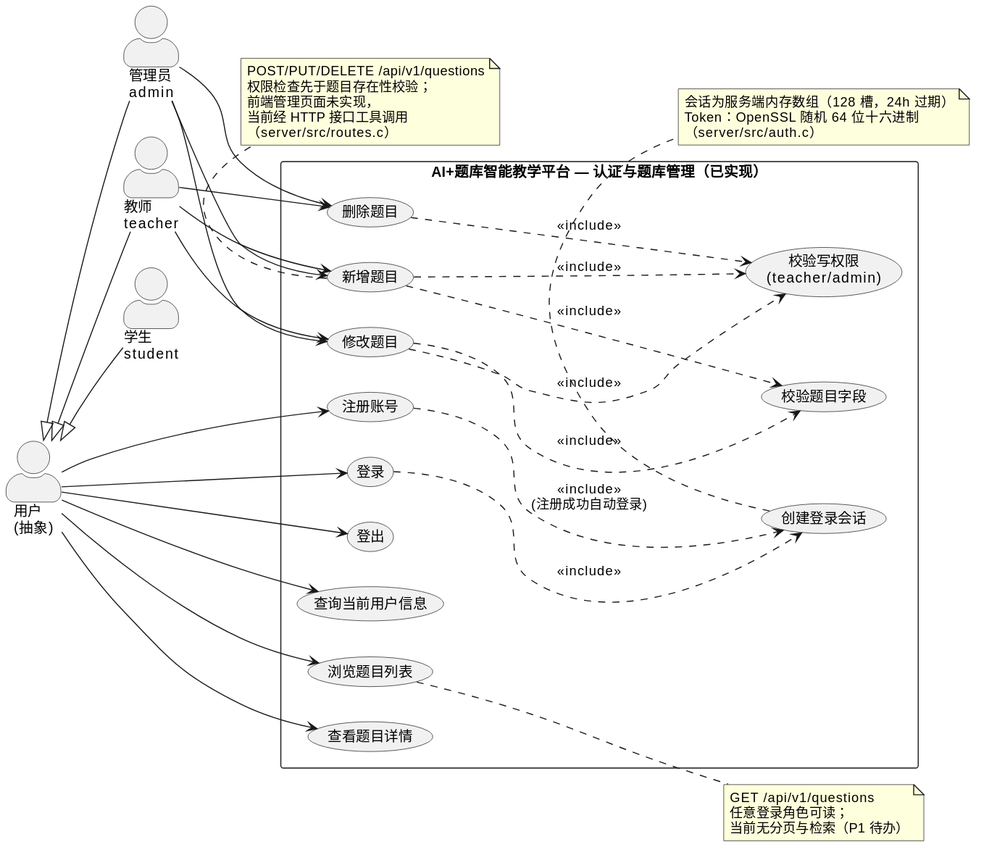
Before: OOA_OOD/diagrams/usecase/uc1_auth_question.svg, a diagram exported from PlantUML (Araaaagorn/ai-question-bank). The source it was exported from:
```plantuml
@startuml
left to right direction
skinparam shadowing false
skinparam actorStyle awesome
skinparam packageStyle rectangle

actor "用户\n(抽象)" as User
actor "管理员\nadmin" as Admin
actor "教师\nteacher" as Teacher
actor "学生\nstudent" as Student

Admin -up-|> User
Teacher -up-|> User
Student -up-|> User

rectangle "AI+题库智能教学平台 — 认证与题库管理（已实现）" {
  usecase "注册账号" as UCReg
  usecase "登录" as UCLogin
  usecase "登出" as UCLogout
  usecase "查询当前用户信息" as UCMe
  usecase "创建登录会话" as UCSess
  usecase "浏览题目列表" as UCList
  usecase "查看题目详情" as UCDetail
  usecase "新增题目" as UCCreate
  usecase "修改题目" as UCUpdate
  usecase "删除题目" as UCDelete
  usecase "校验写权限\n(teacher/admin)" as UCPerm
  usecase "校验题目字段" as UCValid
}

User --> UCReg
User --> UCLogin
User --> UCLogout
User --> UCMe
User --> UCList
User --> UCDetail

Teacher --> UCCreate
Teacher --> UCUpdate
Teacher --> UCDelete
Admin --> UCCreate
Admin --> UCUpdate
Admin --> UCDelete

UCReg ..> UCSess : <<include>>\n(注册成功自动登录)
UCLogin ..> UCSess : <<include>>
UCCreate ..> UCPerm : <<include>>
UCUpdate ..> UCPerm : <<include>>
UCDelete ..> UCPerm : <<include>>
UCCreate ..> UCValid : <<include>>
UCUpdate ..> UCValid : <<include>>

note right of UCList
  GET /api/v1/questions
  任意登录角色可读；
  当前无分页与检索（P1 待办）
end note

note bottom of UCCreate
  POST/PUT/DELETE /api/v1/questions
  权限检查先于题目存在性校验；
  前端管理页面未实现，
  当前经 HTTP 接口工具调用
  （server/src/routes.c）
end note

note bottom of UCSess
  会话为服务端内存数组（128 槽，24h 过期）
  Token：OpenSSL 随机 64 位十六进制
  （server/src/auth.c）
end note
@enduml
```
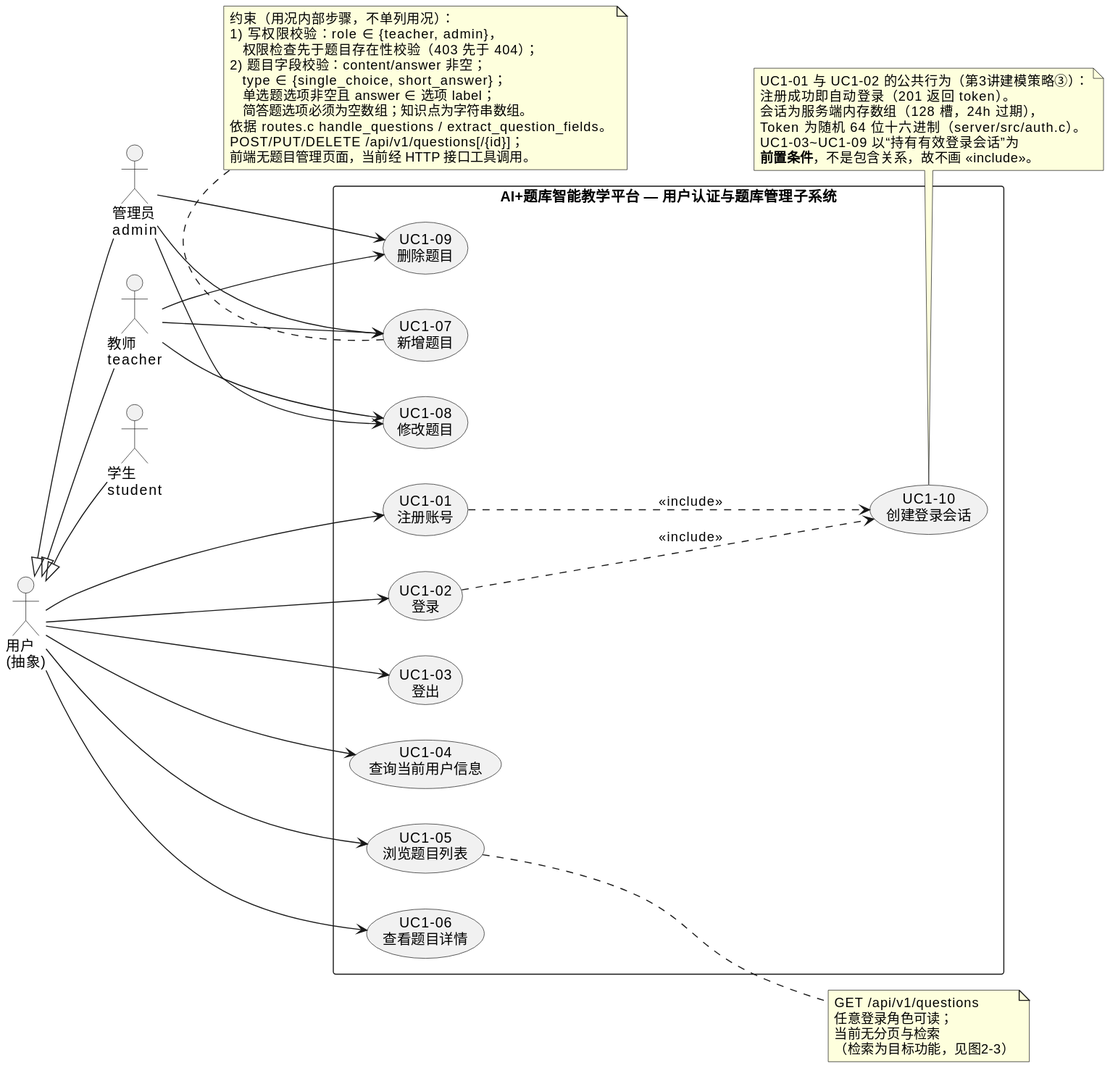
Above is the later version.

Diff of the diagram source:
```diff
@@ -1,7 +1,6 @@
 @startuml
 left to right direction
 skinparam shadowing false
-skinparam actorStyle awesome
 skinparam packageStyle rectangle
 
 actor "用户\n(抽象)" as User
@@ -13,19 +12,17 @@
 Teacher -up-|> User
 Student -up-|> User
 
-rectangle "AI+题库智能教学平台 — 认证与题库管理（已实现）" {
-  usecase "注册账号" as UCReg
-  usecase "登录" as UCLogin
-  usecase "登出" as UCLogout
-  usecase "查询当前用户信息" as UCMe
-  usecase "创建登录会话" as UCSess
-  usecase "浏览题目列表" as UCList
-  usecase "查看题目详情" as UCDetail
-  usecase "新增题目" as UCCreate
-  usecase "修改题目" as UCUpdate
-  usecase "删除题目" as UCDelete
-  usecase "校验写权限\n(teacher/admin)" as UCPerm
-  usecase "校验题目字段" as UCValid
+rectangle "AI+题库智能教学平台 — 用户认证与题库管理子系统" {
+  usecase "UC1-01\n注册账号" as UCReg
+  usecase "UC1-02\n登录" as UCLogin
+  usecase "UC1-03\n登出" as UCLogout
+  usecase "UC1-04\n查询当前用户信息" as UCMe
+  usecase "UC1-05\n浏览题目列表" as UCList
+  usecase "UC1-06\n查看题目详情" as UCDetail
+  usecase "UC1-07\n新增题目" as UCCreate
+  usecase "UC1-08\n修改题目" as UCUpdate
+  usecase "UC1-09\n删除题目" as UCDelete
+  usecase "UC1-10\n创建登录会话" as UCSess
 }
 
 User --> UCReg
@@ -42,31 +39,35 @@
 Admin --> UCUpdate
 Admin --> UCDelete
 
-UCReg ..> UCSess : <<include>>\n(注册成功自动登录)
+UCReg ..> UCSess : <<include>>
 UCLogin ..> UCSess : <<include>>
-UCCreate ..> UCPerm : <<include>>
-UCUpdate ..> UCPerm : <<include>>
-UCDelete ..> UCPerm : <<include>>
-UCCreate ..> UCValid : <<include>>
-UCUpdate ..> UCValid : <<include>>
+
+note bottom of UCSess
+  UC1-01 与 UC1-02 的公共行为（第3讲建模策略③）：
+  注册成功即自动登录（201 返回 token）。
+  会话为服务端内存数组（128 槽，24h 过期），
+  Token 为随机 64 位十六进制（server/src/auth.c）。
+  UC1-03~UC1-09 以“持有有效登录会话”为
+  **前置条件**，不是包含关系，故不画 «include»。
+end note
 
 note right of UCList
   GET /api/v1/questions
   任意登录角色可读；
-  当前无分页与检索（P1 待办）
+  当前无分页与检索
+  （检索为目标功能，见图2-3）
 end note
 
 note bottom of UCCreate
-  POST/PUT/DELETE /api/v1/questions
-  权限检查先于题目存在性校验；
-  前端管理页面未实现，
-  当前经 HTTP 接口工具调用
-  （server/src/routes.c）
-end note
-
-note bottom of UCSess
-  会话为服务端内存数组（128 槽，24h 过期）
-  Token：OpenSSL 随机 64 位十六进制
-  （server/src/auth.c）
+  约束（用况内部步骤，不单列用况）：
+  1) 写权限校验：role ∈ {teacher, admin}，
+     权限检查先于题目存在性校验（403 先于 404）；
+  2) 题目字段校验：content/answer 非空；
+     type ∈ {single_choice, short_answer}；
+     单选题选项非空且 answer ∈ 选项 label；
+     简答题选项必须为空数组；知识点为字符串数组。
+  依据 routes.c handle_questions / extract_question_fields。
+  POST/PUT/DELETE /api/v1/questions[/{id}]；
+  前端无题目管理页面，当前经 HTTP 接口工具调用。
 end note
 @enduml
```
